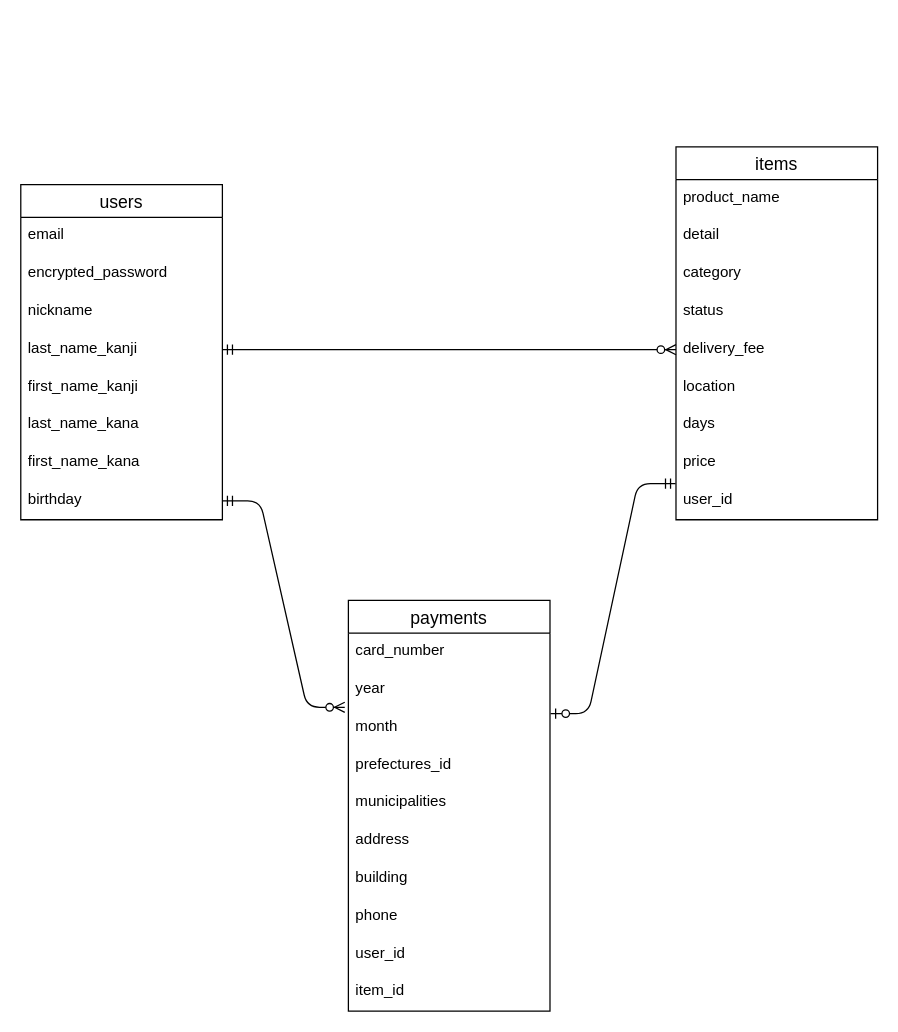
Before: user.dio in junta-nakamura/furima---34773, a draw.io diagram. Source tidied: cells renumbered, new cells numbered last; positions are measured from the earlier drawing's top-left corner, leaving out a move shared by most shapes. Both pictures are drawn from the tidied source at 126%, with x=0, y=0 at pixel (20, 146).
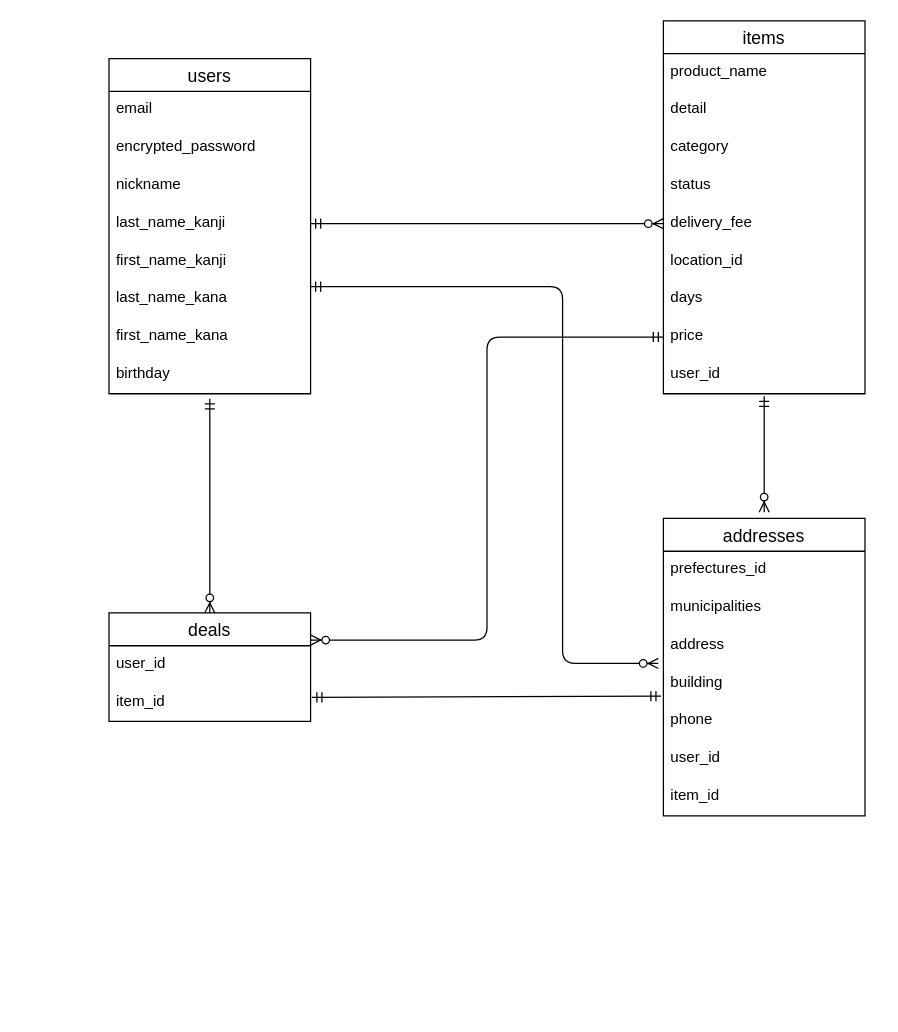
The same page after the edit.

Commit message (it also covers changes not shown here):
ER図作成（修正2）

The change refers to these unchanged cells:
```xml
<mxCell id="10" value="birthday" style="text;strokeColor=none;fillColor=none;spacingLeft=4;spacingRight=4;overflow=hidden;points=[[0,0.5],[1,0.5]];portConstraint=eastwest;fontSize=12;" parent="2" vertex="1">
  <mxGeometry y="236" width="160" height="30" as="geometry" />
</mxCell>
<mxCell id="19" value="price" style="text;strokeColor=none;fillColor=none;spacingLeft=4;spacingRight=4;overflow=hidden;points=[[0,0.5],[1,0.5]];portConstraint=eastwest;fontSize=12;" parent="11" vertex="1">
  <mxGeometry y="236" width="160" height="30" as="geometry" />
</mxCell>
<mxCell id="20" value="user_id" style="text;strokeColor=none;fillColor=none;spacingLeft=4;spacingRight=4;overflow=hidden;points=[[0,0.5],[1,0.5]];portConstraint=eastwest;fontSize=12;" parent="11" vertex="1">
  <mxGeometry y="266" width="160" height="30" as="geometry" />
</mxCell>
```

Change to the diagram source:
```diff
@@
     <mxCell id="2" value="users" style="swimlane;fontStyle=0;horizontal=1;startSize=26;align=center;fontSize=14;" parent="1" vertex="1">
-      <mxGeometry y="30" width="160" height="266" as="geometry" />
+      <mxGeometry x="70" y="-70" width="160" height="266" as="geometry" />
     </mxCell>
@@
     <mxCell id="11" value="items" style="swimlane;fontStyle=0;horizontal=1;startSize=26;align=center;fontSize=14;" parent="1" vertex="1">
-      <mxGeometry x="520" width="160" height="296" as="geometry" />
+      <mxGeometry x="510" y="-100" width="160" height="296" as="geometry" />
     </mxCell>
@@
-    <mxCell id="17" value="location" style="text;strokeColor=none;fillColor=none;spacingLeft=4;spacingRight=4;overflow=hidden;fontSize=12;" parent="11" vertex="1">
+    <mxCell id="17" value="location_id" style="text;strokeColor=none;fillColor=none;spacingLeft=4;spacingRight=4;overflow=hidden;fontSize=12;" parent="11" vertex="1">
       <mxGeometry y="176" width="160" height="30" as="geometry" />
     </mxCell>
@@
-    <mxCell id="22" value="payments" style="swimlane;fontStyle=0;horizontal=1;startSize=26;align=center;fontSize=14;" parent="1" vertex="1">
-      <mxGeometry x="260" y="360" width="160" height="326" as="geometry" />
+    <mxCell id="22" value="deals" style="swimlane;fontStyle=0;horizontal=1;startSize=26;align=center;fontSize=14;" parent="1" vertex="1">
+      <mxGeometry x="70" y="370" width="160" height="86" as="geometry" />
     </mxCell>
-    <mxCell id="23" value="card_number" style="text;strokeColor=none;fillColor=none;spacingLeft=4;spacingRight=4;overflow=hidden;fontSize=12;" parent="22" vertex="1">
-      <mxGeometry y="26" width="160" height="30" as="geometry" />
-    </mxCell>
-    <mxCell id="24" value="year" style="text;strokeColor=none;fillColor=none;spacingLeft=4;spacingRight=4;overflow=hidden;fontSize=12;" parent="22" vertex="1">
-      <mxGeometry y="56" width="160" height="30" as="geometry" />
-    </mxCell>
-    <mxCell id="25" value="month" style="text;strokeColor=none;fillColor=none;spacingLeft=4;spacingRight=4;overflow=hidden;points=[[0,0.5],[1,0.5]];portConstraint=eastwest;fontSize=12;" parent="22" vertex="1">
-      <mxGeometry y="86" width="160" height="30" as="geometry" />
-    </mxCell>
+    <mxCell id="31" value="user_id" style="text;strokeColor=none;fillColor=none;spacingLeft=4;spacingRight=4;overflow=hidden;fontSize=12;" parent="22" vertex="1">
+      <mxGeometry y="26" width="160" height="30" as="geometry" />
+    </mxCell>
+    <mxCell id="35" value="item_id" style="text;strokeColor=none;fillColor=none;spacingLeft=4;spacingRight=4;overflow=hidden;fontSize=12;" parent="22" vertex="1">
+      <mxGeometry y="56" width="160" height="30" as="geometry" />
+    </mxCell>
+    <mxCell id="36" style="fontSize=12;html=1;endArrow=ERzeroToMany;startArrow=ERmandOne;entryX=0.5;entryY=0;entryDx=0;entryDy=0;" parent="1" edge="1" target="22">
+      <mxGeometry relative="1" as="geometry">
+        <mxPoint x="150" y="200" as="sourcePoint" />
+      </mxGeometry>
+    </mxCell>
+    <mxCell id="37" style="fontSize=12;html=1;endArrow=ERzeroToMany;startArrow=ERmandOne;edgeStyle=elbowEdgeStyle;exitX=0;exitY=0.5;exitDx=0;exitDy=0;entryX=1;entryY=0.25;entryDx=0;entryDy=0;" parent="1" edge="1" source="19" target="22">
+      <mxGeometry relative="1" as="geometry" />
+    </mxCell>
+    <mxCell id="38" value="addresses" style="swimlane;fontStyle=0;horizontal=1;startSize=26;align=center;fontSize=14;" parent="1" vertex="1">
+      <mxGeometry x="510" y="295" width="160" height="236" as="geometry" />
+    </mxCell>
-    <mxCell id="26" value="prefectures_id" style="text;strokeColor=none;fillColor=none;spacingLeft=4;spacingRight=4;overflow=hidden;fontSize=12;" parent="22" vertex="1">
-      <mxGeometry y="116" width="160" height="30" as="geometry" />
+    <mxCell id="26" value="prefectures_id" style="text;strokeColor=none;fillColor=none;spacingLeft=4;spacingRight=4;overflow=hidden;fontSize=12;" parent="38" vertex="1">
+      <mxGeometry y="26" width="160" height="30" as="geometry" />
     </mxCell>
-    <mxCell id="27" value="municipalities" style="text;strokeColor=none;fillColor=none;spacingLeft=4;spacingRight=4;overflow=hidden;fontSize=12;" parent="22" vertex="1">
-      <mxGeometry y="146" width="160" height="30" as="geometry" />
+    <mxCell id="27" value="municipalities" style="text;strokeColor=none;fillColor=none;spacingLeft=4;spacingRight=4;overflow=hidden;fontSize=12;" parent="38" vertex="1">
+      <mxGeometry y="56" width="160" height="30" as="geometry" />
     </mxCell>
-    <mxCell id="28" value="address" style="text;strokeColor=none;fillColor=none;spacingLeft=4;spacingRight=4;overflow=hidden;points=[[0,0.5],[1,0.5]];portConstraint=eastwest;fontSize=12;" parent="22" vertex="1">
-      <mxGeometry y="176" width="160" height="30" as="geometry" />
+    <mxCell id="28" value="address" style="text;strokeColor=none;fillColor=none;spacingLeft=4;spacingRight=4;overflow=hidden;points=[[0,0.5],[1,0.5]];portConstraint=eastwest;fontSize=12;" parent="38" vertex="1">
+      <mxGeometry y="86" width="160" height="30" as="geometry" />
     </mxCell>
-    <mxCell id="29" value="building" style="text;strokeColor=none;fillColor=none;spacingLeft=4;spacingRight=4;overflow=hidden;fontSize=12;" parent="22" vertex="1">
-      <mxGeometry y="206" width="160" height="30" as="geometry" />
+    <mxCell id="29" value="building" style="text;strokeColor=none;fillColor=none;spacingLeft=4;spacingRight=4;overflow=hidden;fontSize=12;" parent="38" vertex="1">
+      <mxGeometry y="116" width="160" height="30" as="geometry" />
     </mxCell>
-    <mxCell id="30" value="phone" style="text;strokeColor=none;fillColor=none;spacingLeft=4;spacingRight=4;overflow=hidden;fontSize=12;" parent="22" vertex="1">
-      <mxGeometry y="236" width="160" height="30" as="geometry" />
+    <mxCell id="30" value="phone" style="text;strokeColor=none;fillColor=none;spacingLeft=4;spacingRight=4;overflow=hidden;fontSize=12;" parent="38" vertex="1">
+      <mxGeometry y="146" width="160" height="30" as="geometry" />
     </mxCell>
-    <mxCell id="31" value="user_id" style="text;strokeColor=none;fillColor=none;spacingLeft=4;spacingRight=4;overflow=hidden;fontSize=12;" parent="22" vertex="1">
-      <mxGeometry y="266" width="160" height="30" as="geometry" />
-    </mxCell>
-    <mxCell id="32" value="item_id" style="text;strokeColor=none;fillColor=none;spacingLeft=4;spacingRight=4;overflow=hidden;fontSize=12;" parent="22" vertex="1">
-      <mxGeometry y="296" width="160" height="30" as="geometry" />
-    </mxCell>
-    <mxCell id="33" style="edgeStyle=entityRelationEdgeStyle;fontSize=12;html=1;endArrow=ERzeroToMany;startArrow=ERmandOne;strokeWidth=1;entryX=-0.018;entryY=-0.039;entryDx=0;entryDy=0;entryPerimeter=0;" parent="1" edge="1" source="10" target="25">
-      <mxGeometry relative="1" as="geometry" />
-    </mxCell>
-    <mxCell id="34" style="edgeStyle=entityRelationEdgeStyle;fontSize=12;html=1;endArrow=ERzeroToOne;startArrow=ERmandOne;exitX=-0.002;exitY=0.044;exitDx=0;exitDy=0;exitPerimeter=0;entryX=1.003;entryY=0.128;entryDx=0;entryDy=0;entryPerimeter=0;" parent="1" edge="1" source="20" target="25">
-      <mxGeometry relative="1" as="geometry" />
-    </mxCell>
+    <mxCell id="39" value="user_id" style="text;strokeColor=none;fillColor=none;spacingLeft=4;spacingRight=4;overflow=hidden;fontSize=12;" parent="38" vertex="1">
+      <mxGeometry y="176" width="160" height="30" as="geometry" />
+    </mxCell>
+    <mxCell id="40" value="item_id" style="text;strokeColor=none;fillColor=none;spacingLeft=4;spacingRight=4;overflow=hidden;fontSize=12;" parent="38" vertex="1">
+      <mxGeometry y="206" width="160" height="30" as="geometry" />
+    </mxCell>
+    <mxCell id="41" style="fontSize=12;html=1;endArrow=ERzeroToMany;startArrow=ERmandOne;edgeStyle=elbowEdgeStyle;entryX=-0.025;entryY=0.967;entryDx=0;entryDy=0;entryPerimeter=0;" parent="1" edge="1" target="28">
+      <mxGeometry relative="1" as="geometry">
+        <mxPoint x="230" y="111" as="sourcePoint" />
+        <Array as="points">
+          <mxPoint x="430" y="270" />
+        </Array>
+      </mxGeometry>
+    </mxCell>
+    <mxCell id="42" style="fontSize=12;html=1;endArrow=ERmandOne;startArrow=ERmandOne;exitX=1.006;exitY=0.267;exitDx=0;exitDy=0;exitPerimeter=0;entryX=-0.012;entryY=0.733;entryDx=0;entryDy=0;entryPerimeter=0;" parent="1" edge="1">
+      <mxGeometry relative="1" as="geometry">
+        <mxPoint x="231" y="437" as="sourcePoint" />
+        <mxPoint x="508.1" y="436" as="targetPoint" />
+      </mxGeometry>
+    </mxCell>
+    <mxCell id="43" style="fontSize=12;html=1;endArrow=ERzeroToMany;startArrow=ERmandOne;exitX=0.5;exitY=1.067;exitDx=0;exitDy=0;exitPerimeter=0;" parent="1" edge="1" source="20">
+      <mxGeometry relative="1" as="geometry">
+        <mxPoint x="590" y="290" as="targetPoint" />
+      </mxGeometry>
+    </mxCell>
```
